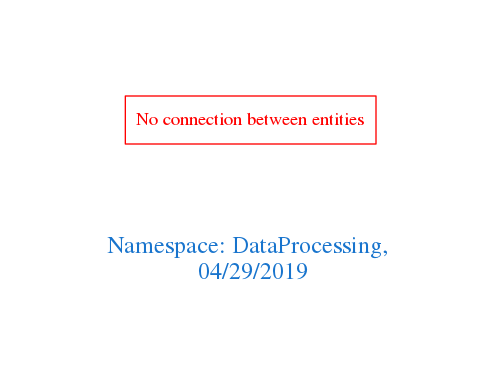
Earlier version of the Graphviz export downloads/DataProcessing.png (arago/OGIT). Its source is kept beside it as downloads/DataProcessing.dot.
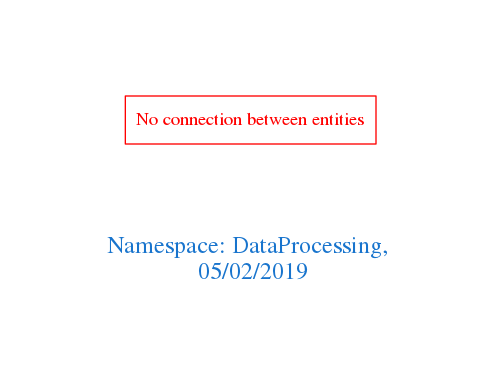
Later version of the same file.

Change to the diagram source:
```diff
@@ -1,7 +1,7 @@
 digraph OGIT_ontology {
  graph [ rankdir= LR,pad=1
 fontsize = 18,
-fontcolor= dodgerblue3,label = "\n\n\nNamespace: DataProcessing, \n 04/29/2019"];
+fontcolor= dodgerblue3,label = "\n\n\nNamespace: DataProcessing, \n 05/02/2019"];
 node[shape=polygon];
 edge [  color="gray81"];
 
```
